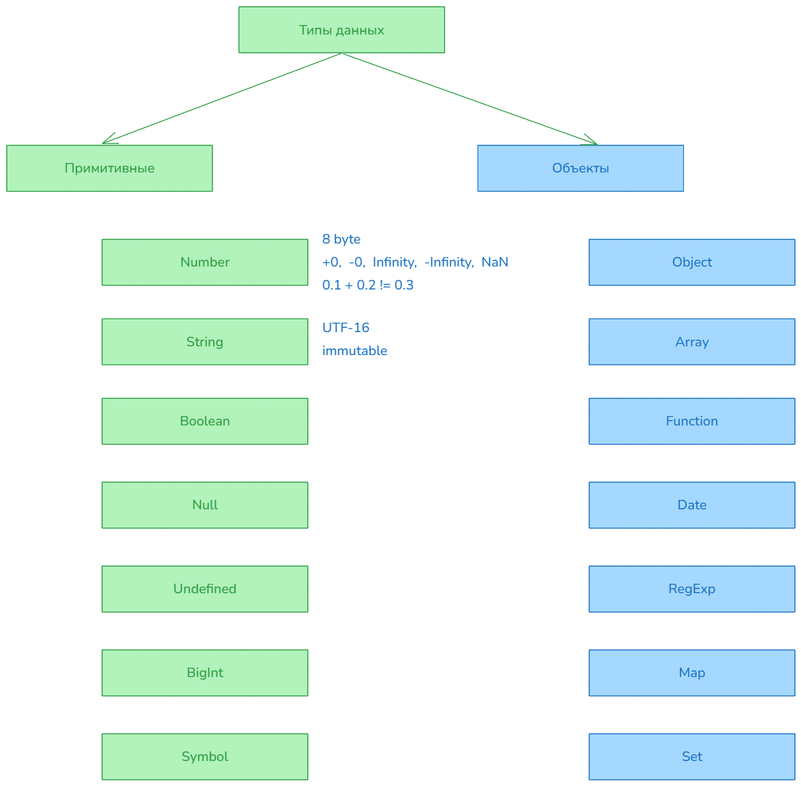
This is img/02.types.excalidraw.png from silvercodes/p41_js, a Excalidraw export, as it was before one commit. Source tidied: one line per element, renumbered; positions are measured from the earlier drawing's top-left corner, leaving out a move shared by most shapes. Its diagram source:
```json
{"id": 0, "type": "rectangle", "strokeColor": "#2f9e44", "backgroundColor": "#b2f2bb", "fillStyle": "solid", "strokeWidth": 1, "roughness": 0, "x": 343, "y": 0, "width": 304, "height": 68}
{"id": 1, "type": "text", "text": "Типы данных", "strokeColor": "#2f9e44", "backgroundColor": "#b2f2bb", "fillStyle": "solid", "strokeWidth": 1, "roughness": 0, "fontSize": 20, "fontFamily": 6, "textAlign": "center", "verticalAlign": "middle", "inside": 0, "x": 432, "y": 21, "width": 126, "height": 27}
{"id": 2, "type": "rectangle", "strokeColor": "#2f9e44", "backgroundColor": "#b2f2bb", "fillStyle": "solid", "strokeWidth": 1, "roughness": 0, "x": 0, "y": 205, "width": 304, "height": 68}
{"id": 3, "type": "text", "text": "Примитивные", "strokeColor": "#2f9e44", "backgroundColor": "#b2f2bb", "fillStyle": "solid", "strokeWidth": 1, "roughness": 0, "fontSize": 20, "fontFamily": 6, "textAlign": "center", "verticalAlign": "middle", "inside": 2, "x": 85, "y": 225, "width": 133, "height": 27}
{"id": 4, "type": "rectangle", "strokeColor": "#1971c2", "backgroundColor": "#a5d8ff", "fillStyle": "solid", "strokeWidth": 1, "roughness": 0, "x": 696, "y": 205, "width": 304, "height": 68}
{"id": 5, "type": "text", "text": "Объекты", "strokeColor": "#1971c2", "backgroundColor": "#b2f2bb", "fillStyle": "solid", "strokeWidth": 1, "roughness": 0, "fontSize": 20, "fontFamily": 6, "textAlign": "center", "verticalAlign": "middle", "inside": 4, "x": 806, "y": 225, "width": 85, "height": 27}
{"id": 6, "type": "arrow", "strokeColor": "#2f9e44", "backgroundColor": "#b2f2bb", "fillStyle": "solid", "strokeWidth": 1, "roughness": 0, "endArrowhead": "arrow", "round": true, "from": 0, "to": 2, "x": 494, "y": 69, "width": 353, "height": 133, "points": [[0, 0], [-353, 133]]}
{"id": 7, "type": "arrow", "strokeColor": "#2f9e44", "backgroundColor": "#b2f2bb", "fillStyle": "solid", "strokeWidth": 1, "roughness": 0, "endArrowhead": "arrow", "round": true, "from": 0, "to": 4, "x": 498, "y": 70, "width": 375, "height": 134, "points": [[0, 0], [375, 134]]}
{"id": 8, "type": "rectangle", "strokeColor": "#2f9e44", "backgroundColor": "#b2f2bb", "fillStyle": "solid", "strokeWidth": 1, "roughness": 0, "x": 141, "y": 344, "width": 304, "height": 68}
{"id": 9, "type": "text", "text": "Number", "strokeColor": "#2f9e44", "backgroundColor": "#b2f2bb", "fillStyle": "solid", "strokeWidth": 1, "roughness": 0, "fontSize": 20, "fontFamily": 6, "textAlign": "center", "verticalAlign": "middle", "inside": 8, "x": 256, "y": 364, "width": 73, "height": 27}
{"id": 10, "type": "rectangle", "strokeColor": "#2f9e44", "backgroundColor": "#b2f2bb", "fillStyle": "solid", "strokeWidth": 1, "roughness": 0, "x": 141, "y": 461, "width": 304, "height": 68}
{"id": 11, "type": "text", "text": "String", "strokeColor": "#2f9e44", "backgroundColor": "#b2f2bb", "fillStyle": "solid", "strokeWidth": 1, "roughness": 0, "fontSize": 20, "fontFamily": 6, "textAlign": "center", "verticalAlign": "middle", "inside": 10, "x": 266, "y": 482, "width": 55, "height": 27}
{"id": 12, "type": "rectangle", "strokeColor": "#2f9e44", "backgroundColor": "#b2f2bb", "fillStyle": "solid", "strokeWidth": 1, "roughness": 0, "x": 141, "y": 579, "width": 304, "height": 68}
{"id": 13, "type": "text", "text": "Boolean", "strokeColor": "#2f9e44", "backgroundColor": "#b2f2bb", "fillStyle": "solid", "strokeWidth": 1, "roughness": 0, "fontSize": 20, "fontFamily": 6, "textAlign": "center", "verticalAlign": "middle", "inside": 12, "x": 256, "y": 599, "width": 75, "height": 27}
{"id": 14, "type": "rectangle", "strokeColor": "#2f9e44", "backgroundColor": "#b2f2bb", "fillStyle": "solid", "strokeWidth": 1, "roughness": 0, "x": 141, "y": 703, "width": 304, "height": 68}
{"id": 15, "type": "text", "text": "Null", "strokeColor": "#2f9e44", "backgroundColor": "#b2f2bb", "fillStyle": "solid", "strokeWidth": 1, "roughness": 0, "fontSize": 20, "fontFamily": 6, "textAlign": "center", "verticalAlign": "middle", "inside": 14, "x": 274, "y": 723, "width": 38, "height": 27}
{"id": 16, "type": "rectangle", "strokeColor": "#2f9e44", "backgroundColor": "#b2f2bb", "fillStyle": "solid", "strokeWidth": 1, "roughness": 0, "x": 141, "y": 827, "width": 304, "height": 68}
{"id": 17, "type": "text", "text": "Undefined", "strokeColor": "#2f9e44", "backgroundColor": "#b2f2bb", "fillStyle": "solid", "strokeWidth": 1, "roughness": 0, "fontSize": 20, "fontFamily": 6, "textAlign": "center", "verticalAlign": "middle", "inside": 16, "x": 246, "y": 847, "width": 94, "height": 27}
{"id": 18, "type": "rectangle", "strokeColor": "#2f9e44", "backgroundColor": "#b2f2bb", "fillStyle": "solid", "strokeWidth": 1, "roughness": 0, "x": 141, "y": 951, "width": 304, "height": 68}
{"id": 19, "type": "text", "text": "BigInt", "strokeColor": "#2f9e44", "backgroundColor": "#b2f2bb", "fillStyle": "solid", "strokeWidth": 1, "roughness": 0, "fontSize": 20, "fontFamily": 6, "textAlign": "center", "verticalAlign": "middle", "inside": 18, "x": 266, "y": 971, "width": 54, "height": 27}
{"id": 20, "type": "rectangle", "strokeColor": "#2f9e44", "backgroundColor": "#b2f2bb", "fillStyle": "solid", "strokeWidth": 1, "roughness": 0, "x": 141, "y": 1075, "width": 304, "height": 68}
{"id": 21, "type": "text", "text": "Symbol", "strokeColor": "#2f9e44", "backgroundColor": "#b2f2bb", "fillStyle": "solid", "strokeWidth": 1, "roughness": 0, "fontSize": 20, "fontFamily": 6, "textAlign": "center", "verticalAlign": "middle", "inside": 20, "x": 259, "y": 1095, "width": 69, "height": 27}
{"id": 22, "type": "rectangle", "strokeColor": "#1971c2", "backgroundColor": "#a5d8ff", "fillStyle": "solid", "strokeWidth": 1, "roughness": 0, "x": 861, "y": 344, "width": 304, "height": 68}
{"id": 23, "type": "text", "text": "Object", "strokeColor": "#1971c2", "backgroundColor": "#b2f2bb", "fillStyle": "solid", "strokeWidth": 1, "roughness": 0, "fontSize": 20, "fontFamily": 6, "textAlign": "center", "verticalAlign": "middle", "inside": 22, "x": 983, "y": 364, "width": 59, "height": 27}
{"id": 24, "type": "rectangle", "strokeColor": "#1971c2", "backgroundColor": "#a5d8ff", "fillStyle": "solid", "strokeWidth": 1, "roughness": 0, "x": 861, "y": 461, "width": 304, "height": 68}
{"id": 25, "type": "text", "text": "Array", "strokeColor": "#1971c2", "backgroundColor": "#b2f2bb", "fillStyle": "solid", "strokeWidth": 1, "roughness": 0, "fontSize": 20, "fontFamily": 6, "textAlign": "center", "verticalAlign": "middle", "inside": 24, "x": 988, "y": 482, "width": 50, "height": 27}
{"id": 26, "type": "rectangle", "strokeColor": "#1971c2", "backgroundColor": "#a5d8ff", "fillStyle": "solid", "strokeWidth": 1, "roughness": 0, "x": 861, "y": 579, "width": 304, "height": 68}
{"id": 27, "type": "text", "text": "Function", "strokeColor": "#1971c2", "backgroundColor": "#b2f2bb", "fillStyle": "solid", "strokeWidth": 1, "roughness": 0, "fontSize": 20, "fontFamily": 6, "textAlign": "center", "verticalAlign": "middle", "inside": 26, "x": 974, "y": 599, "width": 78, "height": 27}
{"id": 28, "type": "rectangle", "strokeColor": "#1971c2", "backgroundColor": "#a5d8ff", "fillStyle": "solid", "strokeWidth": 1, "roughness": 0, "x": 861, "y": 703, "width": 304, "height": 68}
{"id": 29, "type": "text", "text": "Date", "strokeColor": "#1971c2", "backgroundColor": "#b2f2bb", "fillStyle": "solid", "strokeWidth": 1, "roughness": 0, "fontSize": 20, "fontFamily": 6, "textAlign": "center", "verticalAlign": "middle", "inside": 28, "x": 991, "y": 723, "width": 43, "height": 27}
{"id": 30, "type": "rectangle", "strokeColor": "#1971c2", "backgroundColor": "#a5d8ff", "fillStyle": "solid", "strokeWidth": 1, "roughness": 0, "x": 861, "y": 827, "width": 304, "height": 68}
{"id": 31, "type": "text", "text": "RegExp", "strokeColor": "#1971c2", "backgroundColor": "#b2f2bb", "fillStyle": "solid", "strokeWidth": 1, "roughness": 0, "fontSize": 20, "fontFamily": 6, "textAlign": "center", "verticalAlign": "middle", "inside": 30, "x": 978, "y": 847, "width": 70, "height": 27}
{"id": 32, "type": "rectangle", "strokeColor": "#1971c2", "backgroundColor": "#a5d8ff", "fillStyle": "solid", "strokeWidth": 1, "roughness": 0, "x": 861, "y": 951, "width": 304, "height": 68}
{"id": 33, "type": "text", "text": "Map", "strokeColor": "#1971c2", "backgroundColor": "#b2f2bb", "fillStyle": "solid", "strokeWidth": 1, "roughness": 0, "fontSize": 20, "fontFamily": 6, "textAlign": "center", "verticalAlign": "middle", "inside": 32, "x": 993, "y": 971, "width": 40, "height": 27}
{"id": 34, "type": "rectangle", "strokeColor": "#1971c2", "backgroundColor": "#a5d8ff", "fillStyle": "solid", "strokeWidth": 1, "roughness": 0, "x": 861, "y": 1075, "width": 304, "height": 68}
{"id": 35, "type": "text", "text": "Set", "strokeColor": "#1971c2", "backgroundColor": "#b2f2bb", "fillStyle": "solid", "strokeWidth": 1, "roughness": 0, "fontSize": 20, "fontFamily": 6, "textAlign": "center", "verticalAlign": "middle", "inside": 34, "x": 998, "y": 1095, "width": 30, "height": 27}
{"id": 36, "type": "text", "text": "8 byte", "strokeColor": "#1971c2", "backgroundColor": "#a5d8ff", "fillStyle": "solid", "strokeWidth": 1, "roughness": 0, "fontSize": 20, "fontFamily": 6, "x": 466, "y": 330, "width": 57, "height": 27}
{"id": 37, "type": "text", "text": "+0,  -0,  Infinity,  -Infinity,  NaN", "strokeColor": "#1971c2", "backgroundColor": "#a5d8ff", "fillStyle": "solid", "strokeWidth": 1, "roughness": 0, "fontSize": 20, "fontFamily": 6, "x": 466, "y": 364, "width": 276, "height": 27}
{"id": 38, "type": "text", "text": "0.1 + 0.2 != 0.3", "strokeColor": "#1971c2", "backgroundColor": "#a5d8ff", "fillStyle": "solid", "strokeWidth": 1, "roughness": 0, "fontSize": 20, "fontFamily": 6, "x": 466, "y": 398, "width": 136, "height": 27}
{"id": 39, "type": "text", "text": "UTF-16", "strokeColor": "#1971c2", "backgroundColor": "#a5d8ff", "fillStyle": "solid", "strokeWidth": 1, "roughness": 0, "fontSize": 20, "fontFamily": 6, "x": 466, "y": 461, "width": 70, "height": 27}
{"id": 40, "type": "text", "text": "immutable", "strokeColor": "#1971c2", "backgroundColor": "#a5d8ff", "fillStyle": "solid", "strokeWidth": 1, "roughness": 0, "fontSize": 20, "fontFamily": 6, "x": 466, "y": 495, "width": 97, "height": 27}
```
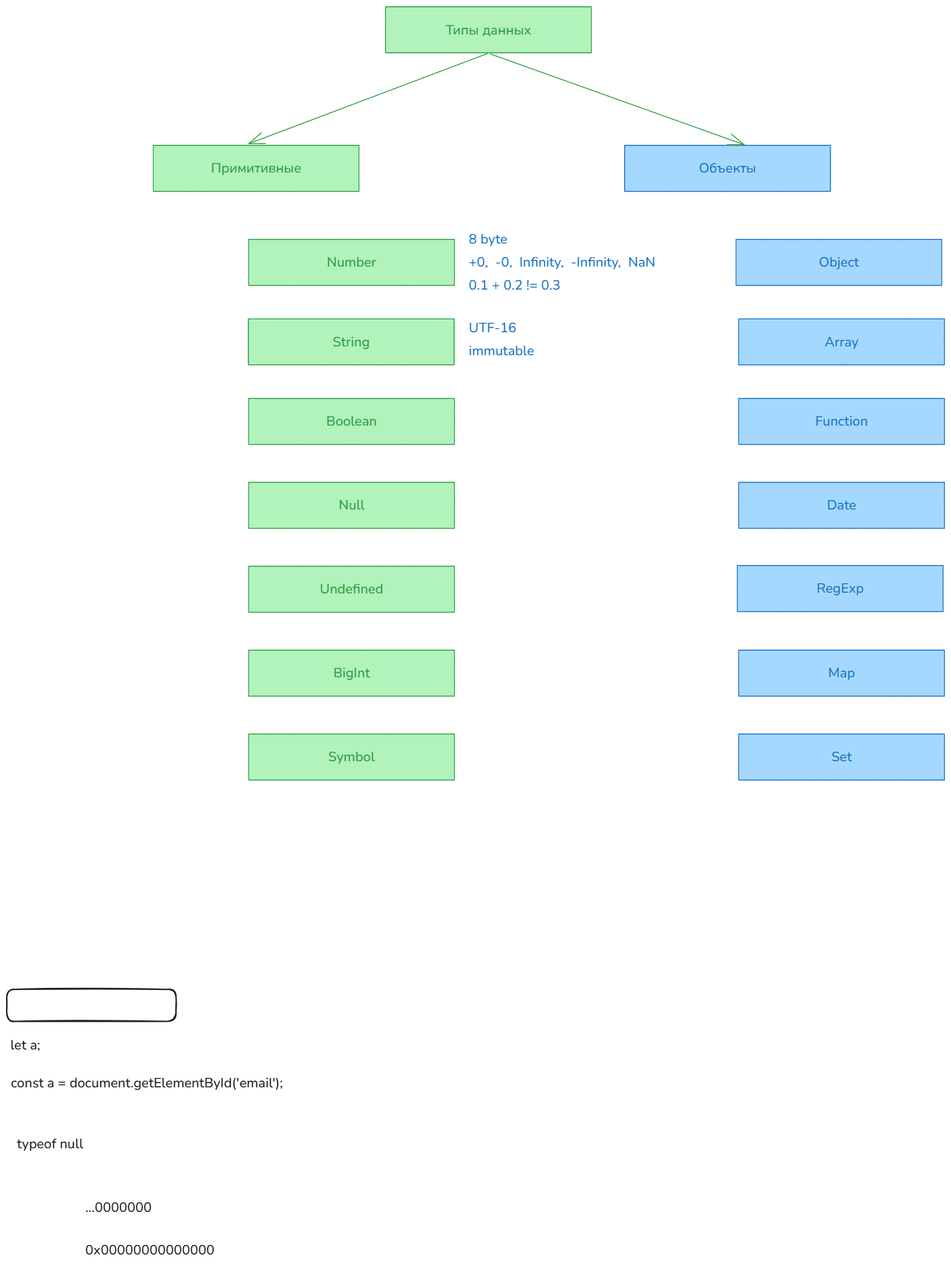
Above is the later version.

What changed in the source:
```diff
@@ -9,7 +9,7 @@
 {"id": 8, "type": "rectangle", "strokeColor": "#2f9e44", "backgroundColor": "#b2f2bb", "fillStyle": "solid", "strokeWidth": 1, "roughness": 0, "x": 141, "y": 344, "width": 304, "height": 68}
 {"id": 9, "type": "text", "text": "Number", "strokeColor": "#2f9e44", "backgroundColor": "#b2f2bb", "fillStyle": "solid", "strokeWidth": 1, "roughness": 0, "fontSize": 20, "fontFamily": 6, "textAlign": "center", "verticalAlign": "middle", "inside": 8, "x": 256, "y": 364, "width": 73, "height": 27}
 {"id": 10, "type": "rectangle", "strokeColor": "#2f9e44", "backgroundColor": "#b2f2bb", "fillStyle": "solid", "strokeWidth": 1, "roughness": 0, "x": 141, "y": 461, "width": 304, "height": 68}
-{"id": 11, "type": "text", "text": "String", "strokeColor": "#2f9e44", "backgroundColor": "#b2f2bb", "fillStyle": "solid", "strokeWidth": 1, "roughness": 0, "fontSize": 20, "fontFamily": 6, "textAlign": "center", "verticalAlign": "middle", "inside": 10, "x": 266, "y": 482, "width": 55, "height": 27}
+{"id": 11, "type": "text", "text": "String", "strokeColor": "#2f9e44", "backgroundColor": "#b2f2bb", "fillStyle": "solid", "strokeWidth": 1, "roughness": 0, "fontSize": 20, "fontFamily": 6, "textAlign": "center", "verticalAlign": "middle", "inside": 10, "x": 265, "y": 482, "width": 55, "height": 27}
 {"id": 12, "type": "rectangle", "strokeColor": "#2f9e44", "backgroundColor": "#b2f2bb", "fillStyle": "solid", "strokeWidth": 1, "roughness": 0, "x": 141, "y": 579, "width": 304, "height": 68}
 {"id": 13, "type": "text", "text": "Boolean", "strokeColor": "#2f9e44", "backgroundColor": "#b2f2bb", "fillStyle": "solid", "strokeWidth": 1, "roughness": 0, "fontSize": 20, "fontFamily": 6, "textAlign": "center", "verticalAlign": "middle", "inside": 12, "x": 256, "y": 599, "width": 75, "height": 27}
 {"id": 14, "type": "rectangle", "strokeColor": "#2f9e44", "backgroundColor": "#b2f2bb", "fillStyle": "solid", "strokeWidth": 1, "roughness": 0, "x": 141, "y": 703, "width": 304, "height": 68}
@@ -22,20 +22,26 @@
 {"id": 21, "type": "text", "text": "Symbol", "strokeColor": "#2f9e44", "backgroundColor": "#b2f2bb", "fillStyle": "solid", "strokeWidth": 1, "roughness": 0, "fontSize": 20, "fontFamily": 6, "textAlign": "center", "verticalAlign": "middle", "inside": 20, "x": 259, "y": 1095, "width": 69, "height": 27}
 {"id": 22, "type": "rectangle", "strokeColor": "#1971c2", "backgroundColor": "#a5d8ff", "fillStyle": "solid", "strokeWidth": 1, "roughness": 0, "x": 861, "y": 344, "width": 304, "height": 68}
 {"id": 23, "type": "text", "text": "Object", "strokeColor": "#1971c2", "backgroundColor": "#b2f2bb", "fillStyle": "solid", "strokeWidth": 1, "roughness": 0, "fontSize": 20, "fontFamily": 6, "textAlign": "center", "verticalAlign": "middle", "inside": 22, "x": 983, "y": 364, "width": 59, "height": 27}
-{"id": 24, "type": "rectangle", "strokeColor": "#1971c2", "backgroundColor": "#a5d8ff", "fillStyle": "solid", "strokeWidth": 1, "roughness": 0, "x": 861, "y": 461, "width": 304, "height": 68}
+{"id": 24, "type": "rectangle", "strokeColor": "#1971c2", "backgroundColor": "#a5d8ff", "fillStyle": "solid", "strokeWidth": 1, "roughness": 0, "x": 865, "y": 461, "width": 304, "height": 68}
-{"id": 25, "type": "text", "text": "Array", "strokeColor": "#1971c2", "backgroundColor": "#b2f2bb", "fillStyle": "solid", "strokeWidth": 1, "roughness": 0, "fontSize": 20, "fontFamily": 6, "textAlign": "center", "verticalAlign": "middle", "inside": 24, "x": 988, "y": 482, "width": 50, "height": 27}
+{"id": 25, "type": "text", "text": "Array", "strokeColor": "#1971c2", "backgroundColor": "#b2f2bb", "fillStyle": "solid", "strokeWidth": 1, "roughness": 0, "fontSize": 20, "fontFamily": 6, "textAlign": "center", "verticalAlign": "middle", "inside": 24, "x": 992, "y": 482, "width": 50, "height": 27}
-{"id": 26, "type": "rectangle", "strokeColor": "#1971c2", "backgroundColor": "#a5d8ff", "fillStyle": "solid", "strokeWidth": 1, "roughness": 0, "x": 861, "y": 579, "width": 304, "height": 68}
+{"id": 26, "type": "rectangle", "strokeColor": "#1971c2", "backgroundColor": "#a5d8ff", "fillStyle": "solid", "strokeWidth": 1, "roughness": 0, "x": 865, "y": 579, "width": 304, "height": 68}
-{"id": 27, "type": "text", "text": "Function", "strokeColor": "#1971c2", "backgroundColor": "#b2f2bb", "fillStyle": "solid", "strokeWidth": 1, "roughness": 0, "fontSize": 20, "fontFamily": 6, "textAlign": "center", "verticalAlign": "middle", "inside": 26, "x": 974, "y": 599, "width": 78, "height": 27}
+{"id": 27, "type": "text", "text": "Function", "strokeColor": "#1971c2", "backgroundColor": "#b2f2bb", "fillStyle": "solid", "strokeWidth": 1, "roughness": 0, "fontSize": 20, "fontFamily": 6, "textAlign": "center", "verticalAlign": "middle", "inside": 26, "x": 978, "y": 599, "width": 78, "height": 27}
-{"id": 28, "type": "rectangle", "strokeColor": "#1971c2", "backgroundColor": "#a5d8ff", "fillStyle": "solid", "strokeWidth": 1, "roughness": 0, "x": 861, "y": 703, "width": 304, "height": 68}
+{"id": 28, "type": "rectangle", "strokeColor": "#1971c2", "backgroundColor": "#a5d8ff", "fillStyle": "solid", "strokeWidth": 1, "roughness": 0, "x": 865, "y": 703, "width": 304, "height": 68}
-{"id": 29, "type": "text", "text": "Date", "strokeColor": "#1971c2", "backgroundColor": "#b2f2bb", "fillStyle": "solid", "strokeWidth": 1, "roughness": 0, "fontSize": 20, "fontFamily": 6, "textAlign": "center", "verticalAlign": "middle", "inside": 28, "x": 991, "y": 723, "width": 43, "height": 27}
+{"id": 29, "type": "text", "text": "Date", "strokeColor": "#1971c2", "backgroundColor": "#b2f2bb", "fillStyle": "solid", "strokeWidth": 1, "roughness": 0, "fontSize": 20, "fontFamily": 6, "textAlign": "center", "verticalAlign": "middle", "inside": 28, "x": 995, "y": 723, "width": 43, "height": 27}
-{"id": 30, "type": "rectangle", "strokeColor": "#1971c2", "backgroundColor": "#a5d8ff", "fillStyle": "solid", "strokeWidth": 1, "roughness": 0, "x": 861, "y": 827, "width": 304, "height": 68}
+{"id": 30, "type": "rectangle", "strokeColor": "#1971c2", "backgroundColor": "#a5d8ff", "fillStyle": "solid", "strokeWidth": 1, "roughness": 0, "x": 863, "y": 826, "width": 304, "height": 68}
-{"id": 31, "type": "text", "text": "RegExp", "strokeColor": "#1971c2", "backgroundColor": "#b2f2bb", "fillStyle": "solid", "strokeWidth": 1, "roughness": 0, "fontSize": 20, "fontFamily": 6, "textAlign": "center", "verticalAlign": "middle", "inside": 30, "x": 978, "y": 847, "width": 70, "height": 27}
+{"id": 31, "type": "text", "text": "RegExp", "strokeColor": "#1971c2", "backgroundColor": "#b2f2bb", "fillStyle": "solid", "strokeWidth": 1, "roughness": 0, "fontSize": 20, "fontFamily": 6, "textAlign": "center", "verticalAlign": "middle", "inside": 30, "x": 980, "y": 846, "width": 70, "height": 27}
-{"id": 32, "type": "rectangle", "strokeColor": "#1971c2", "backgroundColor": "#a5d8ff", "fillStyle": "solid", "strokeWidth": 1, "roughness": 0, "x": 861, "y": 951, "width": 304, "height": 68}
+{"id": 32, "type": "rectangle", "strokeColor": "#1971c2", "backgroundColor": "#a5d8ff", "fillStyle": "solid", "strokeWidth": 1, "roughness": 0, "x": 865, "y": 951, "width": 304, "height": 68}
-{"id": 33, "type": "text", "text": "Map", "strokeColor": "#1971c2", "backgroundColor": "#b2f2bb", "fillStyle": "solid", "strokeWidth": 1, "roughness": 0, "fontSize": 20, "fontFamily": 6, "textAlign": "center", "verticalAlign": "middle", "inside": 32, "x": 993, "y": 971, "width": 40, "height": 27}
+{"id": 33, "type": "text", "text": "Map", "strokeColor": "#1971c2", "backgroundColor": "#b2f2bb", "fillStyle": "solid", "strokeWidth": 1, "roughness": 0, "fontSize": 20, "fontFamily": 6, "textAlign": "center", "verticalAlign": "middle", "inside": 32, "x": 997, "y": 971, "width": 40, "height": 27}
-{"id": 34, "type": "rectangle", "strokeColor": "#1971c2", "backgroundColor": "#a5d8ff", "fillStyle": "solid", "strokeWidth": 1, "roughness": 0, "x": 861, "y": 1075, "width": 304, "height": 68}
+{"id": 34, "type": "rectangle", "strokeColor": "#1971c2", "backgroundColor": "#a5d8ff", "fillStyle": "solid", "strokeWidth": 1, "roughness": 0, "x": 865, "y": 1075, "width": 304, "height": 68}
-{"id": 35, "type": "text", "text": "Set", "strokeColor": "#1971c2", "backgroundColor": "#b2f2bb", "fillStyle": "solid", "strokeWidth": 1, "roughness": 0, "fontSize": 20, "fontFamily": 6, "textAlign": "center", "verticalAlign": "middle", "inside": 34, "x": 998, "y": 1095, "width": 30, "height": 27}
+{"id": 35, "type": "text", "text": "Set", "strokeColor": "#1971c2", "backgroundColor": "#b2f2bb", "fillStyle": "solid", "strokeWidth": 1, "roughness": 0, "fontSize": 20, "fontFamily": 6, "textAlign": "center", "verticalAlign": "middle", "inside": 34, "x": 1002, "y": 1095, "width": 30, "height": 27}
 {"id": 36, "type": "text", "text": "8 byte", "strokeColor": "#1971c2", "backgroundColor": "#a5d8ff", "fillStyle": "solid", "strokeWidth": 1, "roughness": 0, "fontSize": 20, "fontFamily": 6, "x": 466, "y": 330, "width": 57, "height": 27}
 {"id": 37, "type": "text", "text": "+0,  -0,  Infinity,  -Infinity,  NaN", "strokeColor": "#1971c2", "backgroundColor": "#a5d8ff", "fillStyle": "solid", "strokeWidth": 1, "roughness": 0, "fontSize": 20, "fontFamily": 6, "x": 466, "y": 364, "width": 276, "height": 27}
 {"id": 38, "type": "text", "text": "0.1 + 0.2 != 0.3", "strokeColor": "#1971c2", "backgroundColor": "#a5d8ff", "fillStyle": "solid", "strokeWidth": 1, "roughness": 0, "fontSize": 20, "fontFamily": 6, "x": 466, "y": 398, "width": 136, "height": 27}
 {"id": 39, "type": "text", "text": "UTF-16", "strokeColor": "#1971c2", "backgroundColor": "#a5d8ff", "fillStyle": "solid", "strokeWidth": 1, "roughness": 0, "fontSize": 20, "fontFamily": 6, "x": 466, "y": 461, "width": 70, "height": 27}
 {"id": 40, "type": "text", "text": "immutable", "strokeColor": "#1971c2", "backgroundColor": "#a5d8ff", "fillStyle": "solid", "strokeWidth": 1, "roughness": 0, "fontSize": 20, "fontFamily": 6, "x": 466, "y": 495, "width": 97, "height": 27}
+{"id": 41, "type": "rectangle", "strokeColor": "#1e1e1e", "strokeWidth": 2, "roughness": 1, "round": true, "x": -216, "y": 1452, "width": 250, "height": 47}
+{"id": 42, "type": "text", "text": "let a;", "strokeColor": "#1e1e1e", "strokeWidth": 2, "roughness": 1, "fontSize": 20, "fontFamily": 6, "x": -211, "y": 1521, "width": 44, "height": 27}
+{"id": 43, "type": "text", "text": "const a = document.getElementById('email');", "strokeColor": "#1e1e1e", "strokeWidth": 2, "roughness": 1, "fontSize": 20, "fontFamily": 6, "x": -211, "y": 1577, "width": 402, "height": 27}
+{"id": 44, "type": "text", "text": "typeof null", "strokeColor": "#1e1e1e", "strokeWidth": 2, "roughness": 1, "fontSize": 20, "fontFamily": 6, "x": -201, "y": 1666, "width": 98, "height": 27}
+{"id": 45, "type": "text", "text": "...0000000", "strokeColor": "#1e1e1e", "strokeWidth": 2, "roughness": 1, "fontSize": 20, "fontFamily": 6, "x": -101, "y": 1761, "width": 98, "height": 27}
+{"id": 46, "type": "text", "text": "0x00000000000000", "strokeColor": "#1e1e1e", "strokeWidth": 2, "roughness": 1, "fontSize": 20, "fontFamily": 6, "x": -100, "y": 1824, "width": 191, "height": 27}
```
